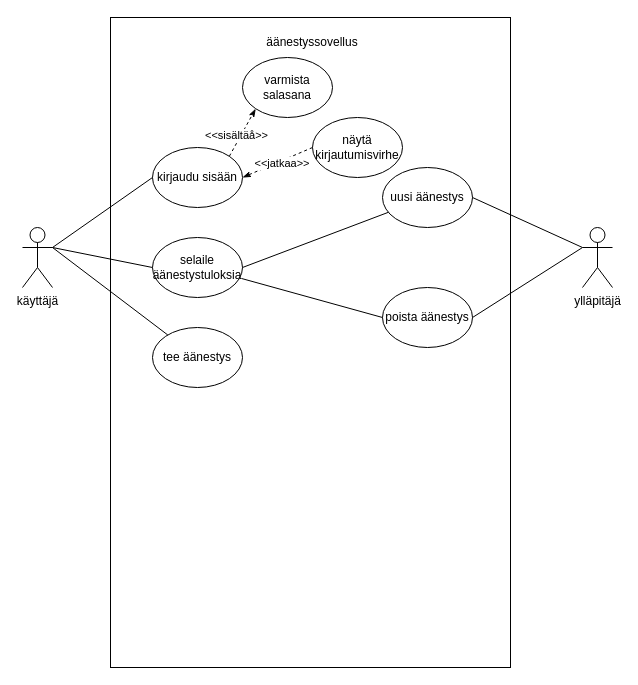
The draw.io diagram Use Case -kaavio.drawio in JusaTiVi/-662-Use-Case-kaavion-piirtaminen-ja-663-ohjelmiston-toteutus-, before the edit. Source tidied: cells renumbered, new cells numbered last; positions are measured from the earlier drawing's top-left corner, leaving out a move shared by most shapes. Both pictures are drawn from the tidied source at 100%, with x=0, y=0 at pixel (22, 17).
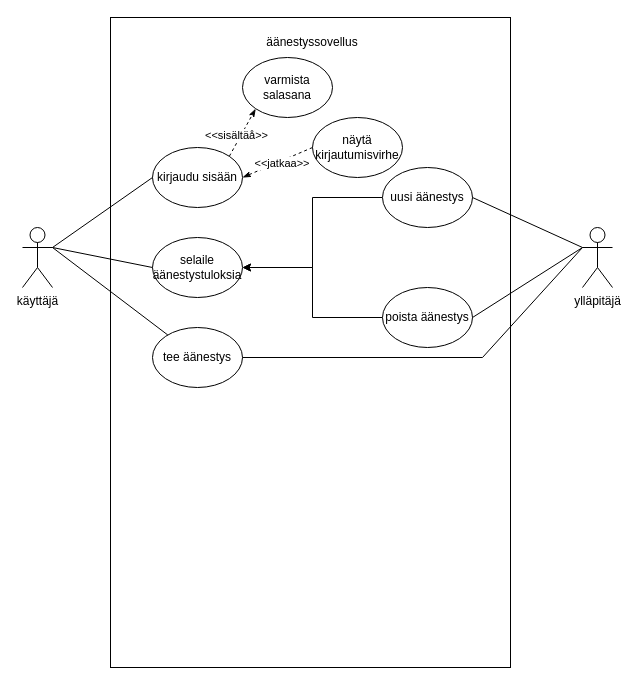
Above is the later version.

Unchanged cells that the change refers to:
```xml
<mxCell id="4" value="ylläpitäjä" style="shape=umlActor;verticalLabelPosition=bottom;verticalAlign=top;html=1;outlineConnect=0;" parent="1" vertex="1">
  <mxGeometry x="560" y="210" width="30" height="60" as="geometry" />
</mxCell>
<mxCell id="6" value="selaile äänestystuloksia" style="ellipse;whiteSpace=wrap;html=1;shapeInside=1;" parent="1" vertex="1">
  <mxGeometry x="130" y="220" width="90" height="60" as="geometry" />
</mxCell>
<mxCell id="8" value="uusi äänestys" style="ellipse;whiteSpace=wrap;html=1;shapeInside=1;" parent="1" vertex="1">
  <mxGeometry x="360" y="150" width="90" height="60" as="geometry" />
</mxCell>
<mxCell id="9" value="poista äänestys" style="ellipse;whiteSpace=wrap;html=1;shapeInside=1;" parent="1" vertex="1">
  <mxGeometry x="360" y="270" width="90" height="60" as="geometry" />
</mxCell>
<mxCell id="23" value="tee äänestys" style="ellipse;whiteSpace=wrap;html=1;shapeInside=1;" parent="1" vertex="1">
  <mxGeometry x="130" y="310" width="90" height="60" as="geometry" />
</mxCell>
```

The edit, as a diff of the source:
```diff
@@
+    <mxCell id="25" style="edgeStyle=orthogonalEdgeStyle;rounded=0;jettySize=auto;html=1;exitX=0;exitY=0.5;exitDx=0;exitDy=0;entryX=1;entryY=0.5;entryDx=0;entryDy=0;" parent="1" edge="1" source="8" target="6">
+      <mxGeometry relative="1" as="geometry" />
+    </mxCell>
@@
+    <mxCell id="26" style="edgeStyle=orthogonalEdgeStyle;rounded=0;jettySize=auto;html=1;exitX=0;exitY=0.5;exitDx=0;exitDy=0;entryX=1;entryY=0.5;entryDx=0;entryDy=0;" parent="1" edge="1" source="9" target="6">
+      <mxGeometry relative="1" as="geometry" />
+    </mxCell>
@@
-    <mxCell id="21" style="endArrow=none;html=1;rounded=0;exitX=1;exitY=0.5;exitDx=0;exitDy=0;" parent="1" edge="1" source="6" target="8">
-      <mxGeometry relative="1" as="geometry" />
-    </mxCell>
-    <mxCell id="22" style="endArrow=none;html=1;rounded=0;entryX=0;entryY=0.5;entryDx=0;entryDy=0;exitX=0.989;exitY=0.683;exitDx=0;exitDy=0;exitPerimeter=0;" parent="1" edge="1" source="6" target="9">
-      <mxGeometry relative="1" as="geometry" />
-    </mxCell>
@@
+    <mxCell id="27" style="endArrow=none;html=1;rounded=0;entryX=0;entryY=0.3333333333333333;entryDx=0;entryDy=0;entryPerimeter=0;exitX=1;exitY=0.5;exitDx=0;exitDy=0;" parent="1" edge="1" source="23" target="4">
+      <mxGeometry relative="1" as="geometry">
+        <Array as="points">
+          <mxPoint x="460" y="340" />
+        </Array>
+      </mxGeometry>
+    </mxCell>
```
